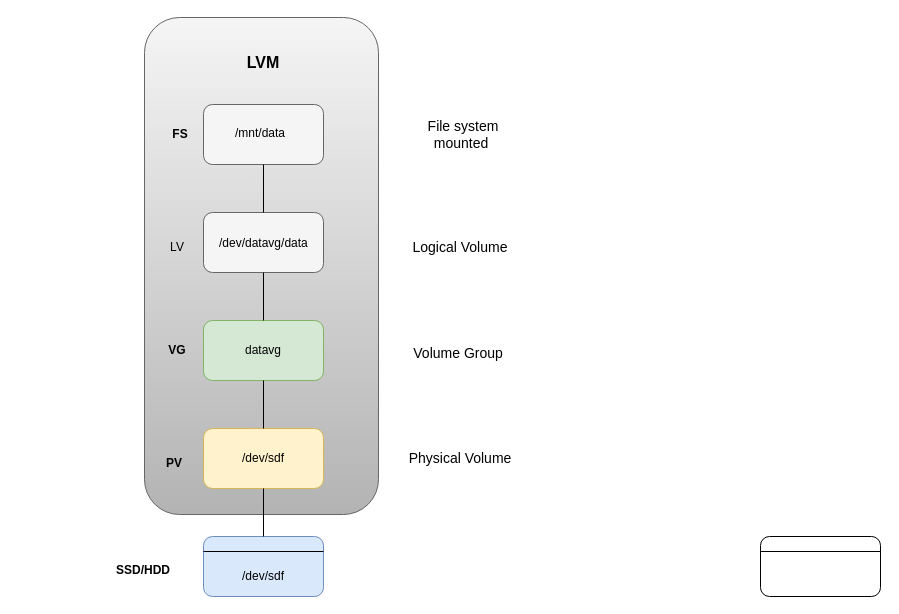
Earlier version of the draw.io diagram OTUS_LinuxAdmin.drawio (fueller-max/drawio). Source tidied: cells renumbered, new cells numbered last; positions are measured from the earlier drawing's top-left corner, leaving out a move shared by most shapes. Both pictures are drawn from the tidied source at 100%, with x=0, y=0 at pixel (113, 17).
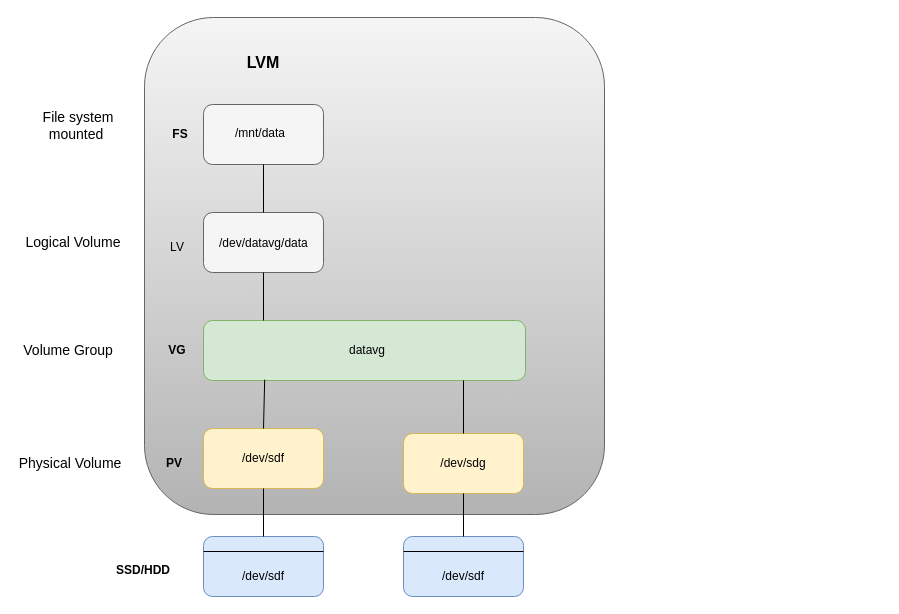
Above is the later version.

Change to the diagram source:
```diff
@@
     <mxCell id="2" style="rounded=1;whiteSpace=wrap;html=1;fillColor=#f5f5f5;gradientColor=#b3b3b3;strokeColor=#666666;" parent="1" vertex="1">
-      <mxGeometry x="31" width="234" height="497" as="geometry" />
+      <mxGeometry x="31" width="460" height="497" as="geometry" />
     </mxCell>
@@
-    <mxCell id="5" style="rounded=1;whiteSpace=wrap;html=1;" parent="1" vertex="1">
-      <mxGeometry x="647" y="519" width="120" height="60" as="geometry" />
+    <mxCell id="5" style="rounded=1;whiteSpace=wrap;html=1;fillColor=#dae8fc;strokeColor=#6c8ebf;" parent="1" vertex="1">
+      <mxGeometry x="290" y="519" width="120" height="60" as="geometry" />
     </mxCell>
@@
     <mxCell id="9" style="rounded=1;whiteSpace=wrap;html=1;fillColor=#d5e8d4;strokeColor=#82b366;" parent="1" vertex="1">
-      <mxGeometry x="90" y="303" width="120" height="60" as="geometry" />
+      <mxGeometry x="90" y="303" width="322" height="60" as="geometry" />
     </mxCell>
-    <mxCell id="10" style="endArrow=none;html=1;rounded=0;exitX=0.5;exitY=0;exitDx=0;exitDy=0;entryX=0.5;entryY=1;entryDx=0;entryDy=0;" parent="1" edge="1" target="9">
+    <mxCell id="10" style="endArrow=none;html=1;rounded=0;exitX=0.5;exitY=0;exitDx=0;exitDy=0;entryX=0.19;entryY=0.986;entryDx=0;entryDy=0;entryPerimeter=0;" parent="1" edge="1" target="9">
       <mxGeometry relative="1" as="geometry">
         <mxPoint x="150" y="411" as="sourcePoint" />
       </mxGeometry>
     </mxCell>
@@
     <mxCell id="23" value="datavg" style="text;html=1;align=center;verticalAlign=middle;whiteSpace=wrap;rounded=0;" parent="1" vertex="1">
-      <mxGeometry x="120" y="318" width="60" height="30" as="geometry" />
+      <mxGeometry x="224" y="318" width="60" height="30" as="geometry" />
     </mxCell>
@@
     <mxCell id="26" value="&lt;font style=&quot;font-size: 14px;&quot;&gt;Physical Volume&lt;/font&gt;" style="text;html=1;align=center;verticalAlign=middle;whiteSpace=wrap;rounded=0;" parent="1" vertex="1">
-      <mxGeometry x="294" y="426" width="106" height="30" as="geometry" />
+      <mxGeometry x="-96" y="431" width="106" height="30" as="geometry" />
     </mxCell>
     <mxCell id="27" value="&lt;font style=&quot;font-size: 14px;&quot;&gt;Volume Group&amp;nbsp;&lt;/font&gt;" style="text;html=1;align=center;verticalAlign=middle;whiteSpace=wrap;rounded=0;" parent="1" vertex="1">
-      <mxGeometry x="294" y="321" width="106" height="30" as="geometry" />
+      <mxGeometry x="-96" y="318" width="106" height="30" as="geometry" />
     </mxCell>
     <mxCell id="28" value="&lt;font style=&quot;font-size: 14px;&quot;&gt;&amp;nbsp;Logical Volume&amp;nbsp;&lt;/font&gt;" style="text;html=1;align=center;verticalAlign=middle;whiteSpace=wrap;rounded=0;" parent="1" vertex="1">
-      <mxGeometry x="294" y="215" width="106" height="30" as="geometry" />
+      <mxGeometry x="-93" y="210" width="106" height="30" as="geometry" />
     </mxCell>
     <mxCell id="29" value="&lt;span style=&quot;font-size: 14px;&quot;&gt;File system mounted&amp;nbsp;&lt;/span&gt;" style="text;html=1;align=center;verticalAlign=middle;whiteSpace=wrap;rounded=0;" parent="1" vertex="1">
-      <mxGeometry x="297" y="102" width="106" height="30" as="geometry" />
+      <mxGeometry x="-88" y="93" width="106" height="30" as="geometry" />
     </mxCell>
+    <mxCell id="30" style="rounded=1;whiteSpace=wrap;html=1;fillColor=#fff2cc;strokeColor=#d6b656;" parent="1" vertex="1">
+      <mxGeometry x="290" y="416" width="120" height="60" as="geometry" />
+    </mxCell>
+    <mxCell id="31" value="/dev/sdf" style="text;html=1;align=center;verticalAlign=middle;whiteSpace=wrap;rounded=0;" parent="1" vertex="1">
+      <mxGeometry x="320" y="544" width="60" height="30" as="geometry" />
+    </mxCell>
+    <mxCell id="32" value="/dev/sdg" style="text;html=1;align=center;verticalAlign=middle;whiteSpace=wrap;rounded=0;" parent="1" vertex="1">
+      <mxGeometry x="320" y="431" width="60" height="30" as="geometry" />
+    </mxCell>
+    <mxCell id="33" style="endArrow=none;html=1;rounded=0;entryX=0.5;entryY=1;entryDx=0;entryDy=0;exitX=0.5;exitY=0;exitDx=0;exitDy=0;" parent="1" edge="1" source="5" target="30">
+      <mxGeometry relative="1" as="geometry" />
+    </mxCell>
+    <mxCell id="34" style="endArrow=none;html=1;rounded=0;exitX=0.5;exitY=0;exitDx=0;exitDy=0;" parent="1" edge="1" source="30">
+      <mxGeometry relative="1" as="geometry">
+        <mxPoint x="350" y="363" as="targetPoint" />
+      </mxGeometry>
+    </mxCell>
```
